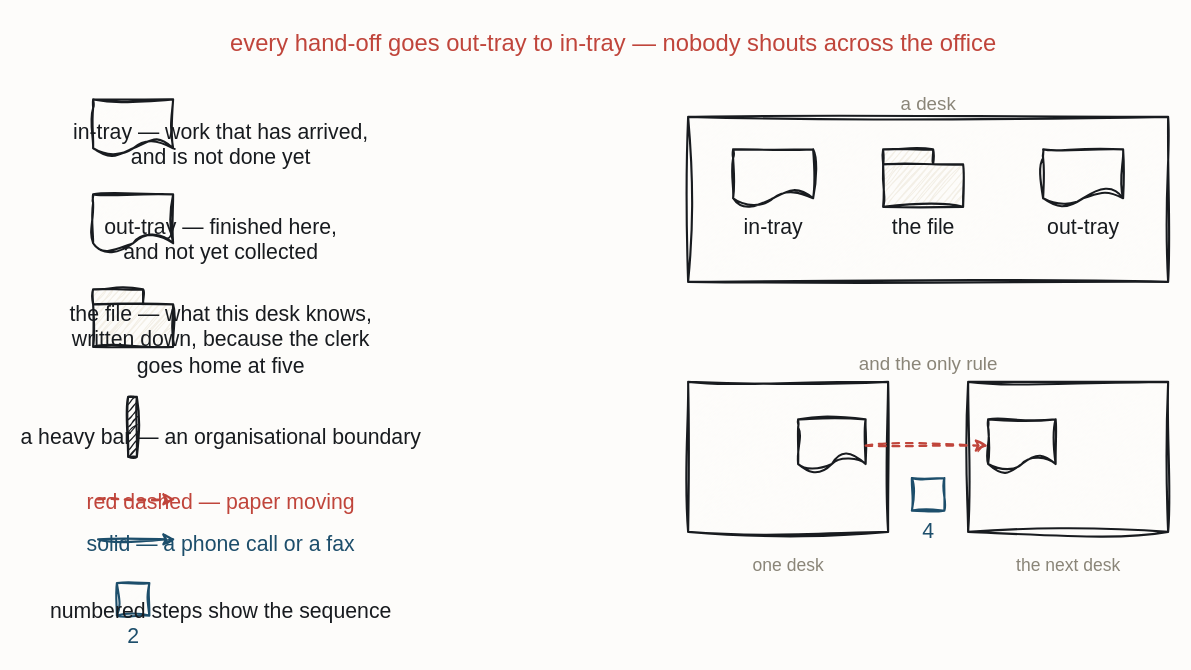
The draw.io diagram resources/paper-notation-key.drawio in iancooper/practical-messaging, before the edit. Source tidied: cells renumbered, new cells numbered last; positions are measured from the earlier drawing's top-left corner, leaving out a move shared by most shapes. Both pictures are drawn from the tidied source at 125%, with x=0, y=0 at pixel (92, 21).
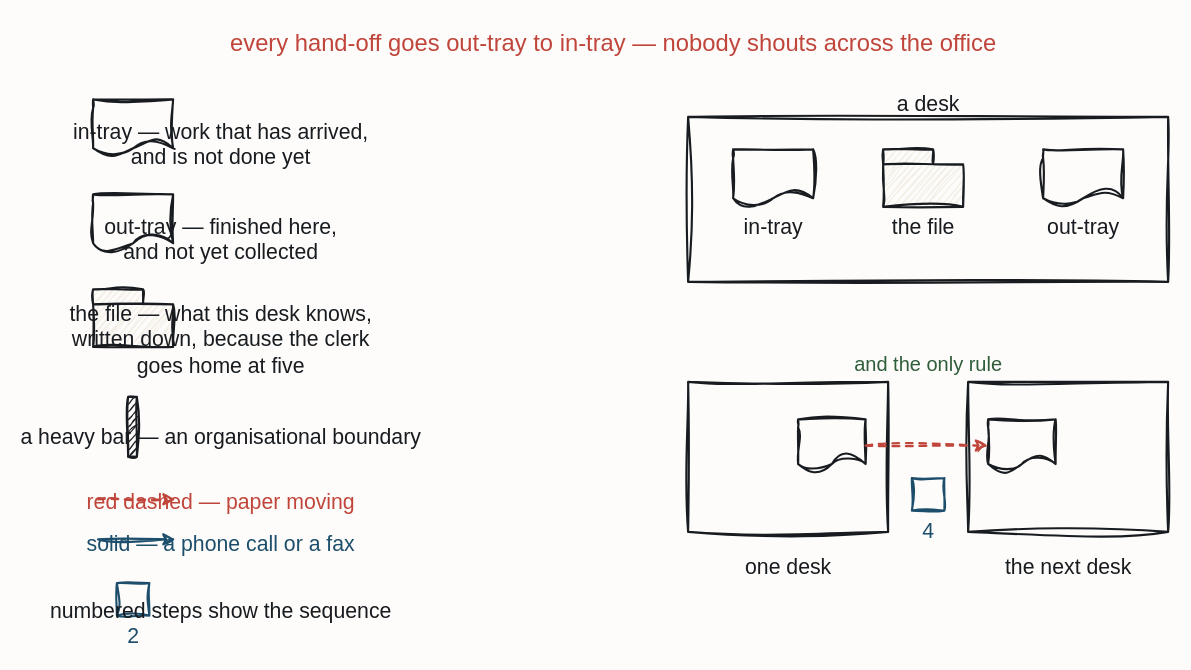
Above is the later version.

Change to the diagram source:
```diff
@@
-    <mxCell id="15" value="a desk" style="text;html=1;align=center;fontFamily=Caveat;fontSize=15;fontColor=#8A8578;" parent="1" vertex="1">
+    <mxCell id="15" value="a desk" style="text;html=1;align=center;fontFamily=Caveat;fontSize=17;fontColor=#181B1F;" parent="1" vertex="1">
       <mxGeometry x="608" y="50" width="120" height="20" as="geometry" />
     </mxCell>
@@
-    <mxCell id="20" value="and the only rule" style="text;html=1;align=center;fontFamily=Caveat;fontSize=15;fontColor=#8A8578;" parent="1" vertex="1">
+    <mxCell id="20" value="and the only rule" style="text;html=1;align=center;fontFamily=Caveat;fontSize=16;fontColor=#2F5D3A;" parent="1" vertex="1">
       <mxGeometry x="608" y="258" width="120" height="20" as="geometry" />
     </mxCell>
@@
-    <mxCell id="26" value="one desk" style="text;html=1;align=center;fontFamily=Caveat;fontSize=14;fontColor=#8A8578;" parent="1" vertex="1">
+    <mxCell id="26" value="one desk" style="text;html=1;align=center;fontFamily=Caveat;fontSize=17;fontColor=#181B1F;" parent="1" vertex="1">
       <mxGeometry x="496" y="420" width="120" height="20" as="geometry" />
     </mxCell>
-    <mxCell id="27" value="the next desk" style="text;html=1;align=center;fontFamily=Caveat;fontSize=14;fontColor=#8A8578;" parent="1" vertex="1">
+    <mxCell id="27" value="the next desk" style="text;html=1;align=center;fontFamily=Caveat;fontSize=17;fontColor=#181B1F;" parent="1" vertex="1">
       <mxGeometry x="720" y="420" width="120" height="20" as="geometry" />
     </mxCell>
```
